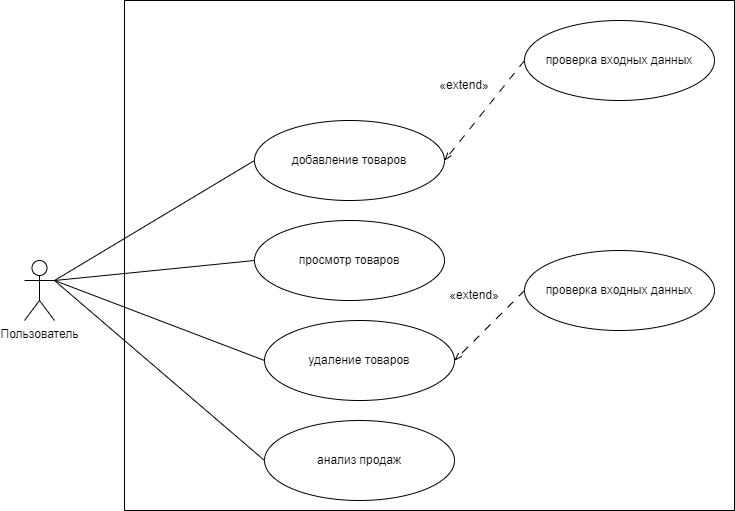
IlyaTupitsin/Practika_2 keeps this draw.io diagram as диаграмма вариантов использования.drawio.png. Above is the earlier version. Source tidied: cells renumbered, new cells last; positions are measured from the earlier drawing's top-left corner, leaving out a move shared by most shapes. Source of this version:
```xml
<mxGraphModel>
  <root>
    <mxCell id="0" />
    <mxCell id="1" parent="0" />
    <mxCell id="2" value="Пользователь" style="shape=umlActor;verticalLabelPosition=bottom;verticalAlign=top;html=1;outlineConnect=0;" parent="1" vertex="1">
      <mxGeometry y="260" width="30" height="60" as="geometry" />
    </mxCell>
    <mxCell id="3" style="rounded=0;whiteSpace=wrap;html=1;" parent="1" vertex="1">
      <mxGeometry x="100" width="610" height="510" as="geometry" />
    </mxCell>
    <mxCell id="4" value="добавление товаров" style="ellipse;whiteSpace=wrap;html=1;" parent="1" vertex="1">
      <mxGeometry x="230" y="120" width="190" height="80" as="geometry" />
    </mxCell>
    <mxCell id="5" value="просмотр товаров" style="ellipse;whiteSpace=wrap;html=1;" parent="1" vertex="1">
      <mxGeometry x="230" y="220" width="190" height="80" as="geometry" />
    </mxCell>
    <mxCell id="6" value="удаление товаров" style="ellipse;whiteSpace=wrap;html=1;" parent="1" vertex="1">
      <mxGeometry x="240" y="320" width="190" height="80" as="geometry" />
    </mxCell>
    <mxCell id="7" style="rounded=0;jettySize=auto;html=1;exitX=0;exitY=0.5;exitDx=0;exitDy=0;endArrow=none;endFill=0;" parent="1" edge="1" source="8">
      <mxGeometry relative="1" as="geometry">
        <mxPoint x="30" y="280" as="targetPoint" />
      </mxGeometry>
    </mxCell>
    <mxCell id="8" value="анализ продаж" style="ellipse;whiteSpace=wrap;html=1;" parent="1" vertex="1">
      <mxGeometry x="240" y="420" width="190" height="80" as="geometry" />
    </mxCell>
    <mxCell id="9" style="rounded=0;jettySize=auto;html=1;entryX=0;entryY=0.5;entryDx=0;entryDy=0;endArrow=none;endFill=0;" parent="1" edge="1" target="4">
      <mxGeometry relative="1" as="geometry">
        <mxPoint x="30" y="280" as="sourcePoint" />
      </mxGeometry>
    </mxCell>
    <mxCell id="10" style="rounded=0;jettySize=auto;html=1;exitX=0;exitY=0.5;exitDx=0;exitDy=0;entryX=1;entryY=0.3333333333333333;entryDx=0;entryDy=0;entryPerimeter=0;endArrow=none;endFill=0;" parent="1" edge="1" source="5" target="2">
      <mxGeometry relative="1" as="geometry" />
    </mxCell>
    <mxCell id="11" style="rounded=0;jettySize=auto;html=1;exitX=0;exitY=0.5;exitDx=0;exitDy=0;entryX=1;entryY=0.3333333333333333;entryDx=0;entryDy=0;entryPerimeter=0;endArrow=none;endFill=0;" parent="1" edge="1" source="6" target="2">
      <mxGeometry relative="1" as="geometry" />
    </mxCell>
    <mxCell id="12" style="rounded=0;jettySize=auto;html=1;entryX=1;entryY=0.5;entryDx=0;entryDy=0;dashed=1;dashPattern=8 8;endArrow=openThin;endFill=0;exitX=0;exitY=0.5;exitDx=0;exitDy=0;" parent="1" edge="1" source="13" target="4">
      <mxGeometry relative="1" as="geometry" />
    </mxCell>
    <mxCell id="13" value="проверка входных данных" style="ellipse;whiteSpace=wrap;html=1;" parent="1" vertex="1">
      <mxGeometry x="500" y="20" width="190" height="80" as="geometry" />
    </mxCell>
    <mxCell id="14" style="rounded=0;jettySize=auto;html=1;exitX=0;exitY=0.5;exitDx=0;exitDy=0;entryX=1;entryY=0.5;entryDx=0;entryDy=0;dashed=1;dashPattern=8 8;endArrow=openThin;endFill=0;" parent="1" edge="1" source="15" target="6">
      <mxGeometry relative="1" as="geometry" />
    </mxCell>
    <mxCell id="15" value="проверка входных данных" style="ellipse;whiteSpace=wrap;html=1;" parent="1" vertex="1">
      <mxGeometry x="500" y="250" width="190" height="80" as="geometry" />
    </mxCell>
    <mxCell id="16" value="«extend»" style="text;html=1;align=center;verticalAlign=middle;whiteSpace=wrap;rounded=0;" parent="1" vertex="1">
      <mxGeometry x="420" y="280" width="60" height="30" as="geometry" />
    </mxCell>
    <mxCell id="17" value="«extend»" style="text;html=1;align=center;verticalAlign=middle;whiteSpace=wrap;rounded=0;" parent="1" vertex="1">
      <mxGeometry x="410" y="70" width="60" height="30" as="geometry" />
    </mxCell>
  </root>
</mxGraphModel>
```
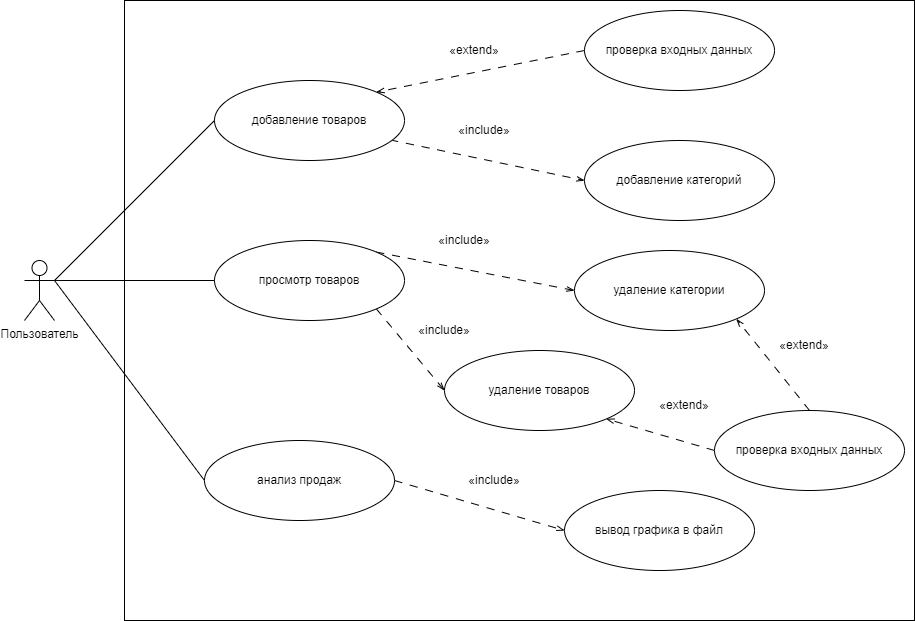
Above is the later version.

Change to the diagram source:
```diff
@@ -6,24 +6,36 @@
       <mxGeometry y="260" width="30" height="60" as="geometry" />
     </mxCell>
     <mxCell id="3" style="rounded=0;whiteSpace=wrap;html=1;" parent="1" vertex="1">
-      <mxGeometry x="100" width="610" height="510" as="geometry" />
+      <mxGeometry x="100" width="790" height="620" as="geometry" />
     </mxCell>
+    <mxCell id="18" style="rounded=0;jettySize=auto;html=1;exitX=0.925;exitY=0.743;exitDx=0;exitDy=0;entryX=0;entryY=0.5;entryDx=0;entryDy=0;dashed=1;dashPattern=8 8;exitPerimeter=0;endArrow=openThin;endFill=0;" parent="1" edge="1" source="4" target="23">
+      <mxGeometry relative="1" as="geometry" />
+    </mxCell>
     <mxCell id="4" value="добавление товаров" style="ellipse;whiteSpace=wrap;html=1;" parent="1" vertex="1">
-      <mxGeometry x="230" y="120" width="190" height="80" as="geometry" />
+      <mxGeometry x="190" y="80" width="190" height="80" as="geometry" />
     </mxCell>
+    <mxCell id="19" style="rounded=0;jettySize=auto;html=1;exitX=1;exitY=1;exitDx=0;exitDy=0;entryX=0;entryY=0.5;entryDx=0;entryDy=0;dashed=1;dashPattern=8 8;endArrow=openThin;endFill=0;" parent="1" edge="1" source="5" target="6">
+      <mxGeometry relative="1" as="geometry" />
+    </mxCell>
+    <mxCell id="20" style="rounded=0;jettySize=auto;html=1;exitX=1;exitY=0;exitDx=0;exitDy=0;entryX=0;entryY=0.5;entryDx=0;entryDy=0;dashed=1;dashPattern=8 8;endArrow=openThin;endFill=0;" parent="1" edge="1" source="5" target="26">
+      <mxGeometry relative="1" as="geometry" />
+    </mxCell>
     <mxCell id="5" value="просмотр товаров" style="ellipse;whiteSpace=wrap;html=1;" parent="1" vertex="1">
-      <mxGeometry x="230" y="220" width="190" height="80" as="geometry" />
+      <mxGeometry x="190" y="240" width="190" height="80" as="geometry" />
     </mxCell>
     <mxCell id="6" value="удаление товаров" style="ellipse;whiteSpace=wrap;html=1;" parent="1" vertex="1">
-      <mxGeometry x="240" y="320" width="190" height="80" as="geometry" />
+      <mxGeometry x="420" y="350" width="190" height="80" as="geometry" />
     </mxCell>
     <mxCell id="7" style="rounded=0;jettySize=auto;html=1;exitX=0;exitY=0.5;exitDx=0;exitDy=0;endArrow=none;endFill=0;" parent="1" edge="1" source="8">
       <mxGeometry relative="1" as="geometry">
         <mxPoint x="30" y="280" as="targetPoint" />
       </mxGeometry>
     </mxCell>
+    <mxCell id="21" style="rounded=0;jettySize=auto;html=1;exitX=1;exitY=0.5;exitDx=0;exitDy=0;entryX=0;entryY=0.5;entryDx=0;entryDy=0;dashed=1;dashPattern=8 8;endArrow=openThin;endFill=0;" parent="1" edge="1" source="8" target="28">
+      <mxGeometry relative="1" as="geometry" />
+    </mxCell>
     <mxCell id="8" value="анализ продаж" style="ellipse;whiteSpace=wrap;html=1;" parent="1" vertex="1">
-      <mxGeometry x="240" y="420" width="190" height="80" as="geometry" />
+      <mxGeometry x="180" y="440" width="190" height="80" as="geometry" />
     </mxCell>
     <mxCell id="9" style="rounded=0;jettySize=auto;html=1;entryX=0;entryY=0.5;entryDx=0;entryDy=0;endArrow=none;endFill=0;" parent="1" edge="1" target="4">
       <mxGeometry relative="1" as="geometry">
@@ -33,26 +45,50 @@
     <mxCell id="10" style="rounded=0;jettySize=auto;html=1;exitX=0;exitY=0.5;exitDx=0;exitDy=0;entryX=1;entryY=0.3333333333333333;entryDx=0;entryDy=0;entryPerimeter=0;endArrow=none;endFill=0;" parent="1" edge="1" source="5" target="2">
       <mxGeometry relative="1" as="geometry" />
     </mxCell>
-    <mxCell id="11" style="rounded=0;jettySize=auto;html=1;exitX=0;exitY=0.5;exitDx=0;exitDy=0;entryX=1;entryY=0.3333333333333333;entryDx=0;entryDy=0;entryPerimeter=0;endArrow=none;endFill=0;" parent="1" edge="1" source="6" target="2">
-      <mxGeometry relative="1" as="geometry" />
-    </mxCell>
-    <mxCell id="12" style="rounded=0;jettySize=auto;html=1;entryX=1;entryY=0.5;entryDx=0;entryDy=0;dashed=1;dashPattern=8 8;endArrow=openThin;endFill=0;exitX=0;exitY=0.5;exitDx=0;exitDy=0;" parent="1" edge="1" source="13" target="4">
+    <mxCell id="12" style="rounded=0;jettySize=auto;html=1;entryX=1;entryY=0;entryDx=0;entryDy=0;dashed=1;dashPattern=8 8;endArrow=openThin;endFill=0;exitX=0;exitY=0.5;exitDx=0;exitDy=0;" parent="1" edge="1" source="13" target="4">
       <mxGeometry relative="1" as="geometry" />
     </mxCell>
     <mxCell id="13" value="проверка входных данных" style="ellipse;whiteSpace=wrap;html=1;" parent="1" vertex="1">
-      <mxGeometry x="500" y="20" width="190" height="80" as="geometry" />
+      <mxGeometry x="560" y="10" width="190" height="80" as="geometry" />
     </mxCell>
-    <mxCell id="14" style="rounded=0;jettySize=auto;html=1;exitX=0;exitY=0.5;exitDx=0;exitDy=0;entryX=1;entryY=0.5;entryDx=0;entryDy=0;dashed=1;dashPattern=8 8;endArrow=openThin;endFill=0;" parent="1" edge="1" source="15" target="6">
+    <mxCell id="14" style="rounded=0;jettySize=auto;html=1;exitX=0;exitY=0.5;exitDx=0;exitDy=0;entryX=1;entryY=1;entryDx=0;entryDy=0;dashed=1;dashPattern=8 8;endArrow=openThin;endFill=0;" parent="1" edge="1" source="15" target="6">
       <mxGeometry relative="1" as="geometry" />
     </mxCell>
+    <mxCell id="22" style="rounded=0;jettySize=auto;html=1;exitX=0.5;exitY=0;exitDx=0;exitDy=0;entryX=1;entryY=1;entryDx=0;entryDy=0;dashed=1;dashPattern=8 8;endArrow=openThin;endFill=0;" parent="1" edge="1" source="15" target="26">
+      <mxGeometry relative="1" as="geometry" />
+    </mxCell>
     <mxCell id="15" value="проверка входных данных" style="ellipse;whiteSpace=wrap;html=1;" parent="1" vertex="1">
-      <mxGeometry x="500" y="250" width="190" height="80" as="geometry" />
+      <mxGeometry x="690" y="410" width="190" height="80" as="geometry" />
     </mxCell>
     <mxCell id="16" value="«extend»" style="text;html=1;align=center;verticalAlign=middle;whiteSpace=wrap;rounded=0;" parent="1" vertex="1">
-      <mxGeometry x="420" y="280" width="60" height="30" as="geometry" />
+      <mxGeometry x="630" y="390" width="60" height="30" as="geometry" />
     </mxCell>
     <mxCell id="17" value="«extend»" style="text;html=1;align=center;verticalAlign=middle;whiteSpace=wrap;rounded=0;" parent="1" vertex="1">
-      <mxGeometry x="410" y="70" width="60" height="30" as="geometry" />
+      <mxGeometry x="420" y="35" width="60" height="30" as="geometry" />
     </mxCell>
+    <mxCell id="23" value="добавление категорий" style="ellipse;whiteSpace=wrap;html=1;" parent="1" vertex="1">
+      <mxGeometry x="560" y="140" width="190" height="80" as="geometry" />
+    </mxCell>
+    <mxCell id="24" value="«include»" style="text;html=1;strokeColor=none;fillColor=none;align=center;verticalAlign=middle;whiteSpace=wrap;rounded=0;rotation=0;" parent="1" vertex="1">
+      <mxGeometry x="420" y="120" width="80" height="20" as="geometry" />
+    </mxCell>
+    <mxCell id="25" value="«include»" style="text;html=1;strokeColor=none;fillColor=none;align=center;verticalAlign=middle;whiteSpace=wrap;rounded=0;rotation=0;" parent="1" vertex="1">
+      <mxGeometry x="380" y="320" width="80" height="20" as="geometry" />
+    </mxCell>
+    <mxCell id="26" value="удаление категории" style="ellipse;whiteSpace=wrap;html=1;" parent="1" vertex="1">
+      <mxGeometry x="550" y="250" width="190" height="80" as="geometry" />
+    </mxCell>
+    <mxCell id="27" value="«include»" style="text;html=1;strokeColor=none;fillColor=none;align=center;verticalAlign=middle;whiteSpace=wrap;rounded=0;rotation=0;" parent="1" vertex="1">
+      <mxGeometry x="400" y="230" width="80" height="20" as="geometry" />
+    </mxCell>
+    <mxCell id="28" value="вывод графика в файл" style="ellipse;whiteSpace=wrap;html=1;" parent="1" vertex="1">
+      <mxGeometry x="540" y="490" width="190" height="80" as="geometry" />
+    </mxCell>
+    <mxCell id="29" value="«include»" style="text;html=1;strokeColor=none;fillColor=none;align=center;verticalAlign=middle;whiteSpace=wrap;rounded=0;rotation=0;" parent="1" vertex="1">
+      <mxGeometry x="430" y="470" width="80" height="20" as="geometry" />
+    </mxCell>
+    <mxCell id="30" value="«extend»" style="text;html=1;align=center;verticalAlign=middle;whiteSpace=wrap;rounded=0;" parent="1" vertex="1">
+      <mxGeometry x="750" y="330" width="60" height="30" as="geometry" />
+    </mxCell>
   </root>
 </mxGraphModel>
```
